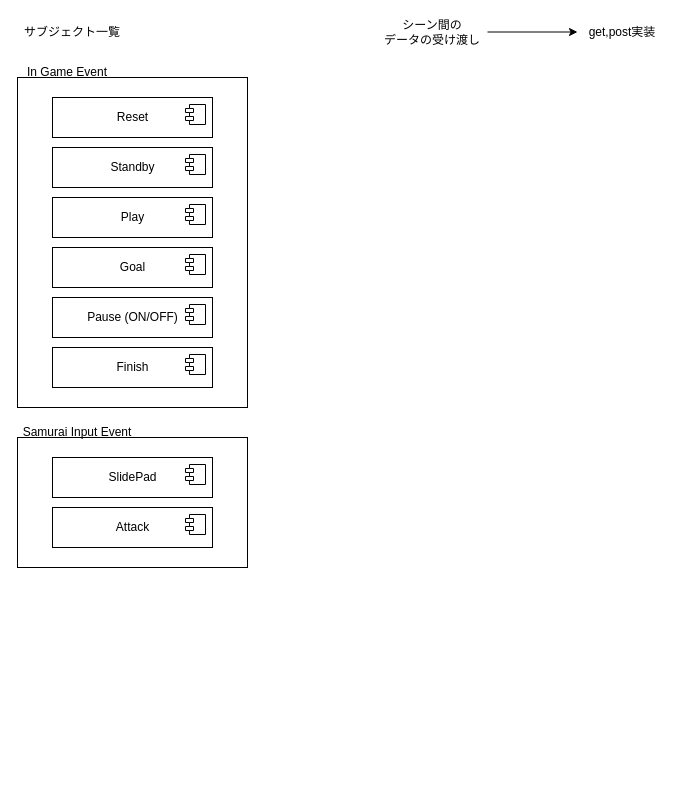
Before: page "Page-2" (2 of 2) of SamuraiSoccerStructure.drawio in watson70percent/SAMURAI-SOCCER, a draw.io diagram. Source tidied: cells renumbered, new cells numbered last; positions are measured from the earlier drawing's top-left corner, leaving out a move shared by most shapes. Both pictures are drawn from the tidied source at 100%, with x=0, y=0 at pixel (17, 17).
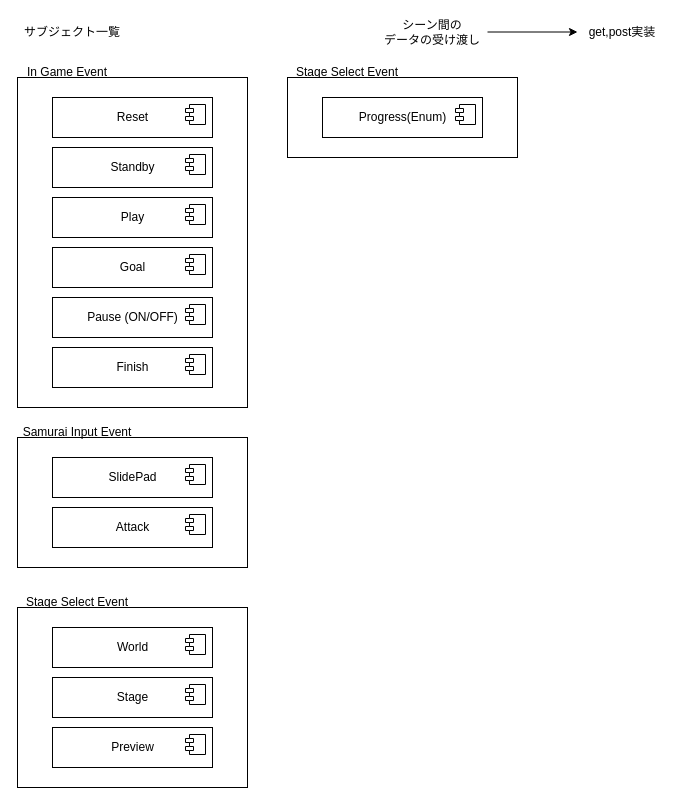
Above is the later version.

What changed in the source:
```diff
@@
+    <mxCell id="26" value="Stage Select Event" style="text;html=1;strokeColor=none;fillColor=none;align=center;verticalAlign=middle;whiteSpace=wrap;rounded=0;" parent="1" vertex="1">
+      <mxGeometry y="570" width="120" height="30" as="geometry" />
+    </mxCell>
+    <mxCell id="27" style="rounded=0;whiteSpace=wrap;html=1;" parent="1" vertex="1">
+      <mxGeometry y="590" width="230" height="180" as="geometry" />
+    </mxCell>
+    <mxCell id="28" value="World" style="html=1;" parent="1" vertex="1">
+      <mxGeometry x="35" y="610" width="160" height="40" as="geometry" />
+    </mxCell>
+    <mxCell id="29" style="shape=module;jettyWidth=8;jettyHeight=4;" parent="28" vertex="1">
+      <mxGeometry x="1" width="20" height="20" relative="1" as="geometry">
+        <mxPoint x="-27" y="7" as="offset" />
+      </mxGeometry>
+    </mxCell>
+    <mxCell id="30" value="Stage" style="html=1;" parent="1" vertex="1">
+      <mxGeometry x="35" y="660" width="160" height="40" as="geometry" />
+    </mxCell>
+    <mxCell id="31" style="shape=module;jettyWidth=8;jettyHeight=4;" parent="30" vertex="1">
+      <mxGeometry x="1" width="20" height="20" relative="1" as="geometry">
+        <mxPoint x="-27" y="7" as="offset" />
+      </mxGeometry>
+    </mxCell>
+    <mxCell id="32" value="Preview" style="html=1;" parent="1" vertex="1">
+      <mxGeometry x="35" y="710" width="160" height="40" as="geometry" />
+    </mxCell>
+    <mxCell id="33" style="shape=module;jettyWidth=8;jettyHeight=4;" parent="32" vertex="1">
+      <mxGeometry x="1" width="20" height="20" relative="1" as="geometry">
+        <mxPoint x="-27" y="7" as="offset" />
+      </mxGeometry>
+    </mxCell>
+    <mxCell id="34" value="Stage Select Event" style="text;html=1;strokeColor=none;fillColor=none;align=center;verticalAlign=middle;whiteSpace=wrap;rounded=0;" parent="1" vertex="1">
+      <mxGeometry x="270" y="40" width="120" height="30" as="geometry" />
+    </mxCell>
+    <mxCell id="35" style="rounded=0;whiteSpace=wrap;html=1;" parent="1" vertex="1">
+      <mxGeometry x="270" y="60" width="230" height="80" as="geometry" />
+    </mxCell>
+    <mxCell id="36" value="Progress(Enum)" style="html=1;" parent="1" vertex="1">
+      <mxGeometry x="305" y="80" width="160" height="40" as="geometry" />
+    </mxCell>
+    <mxCell id="37" style="shape=module;jettyWidth=8;jettyHeight=4;" parent="36" vertex="1">
+      <mxGeometry x="1" width="20" height="20" relative="1" as="geometry">
+        <mxPoint x="-27" y="7" as="offset" />
+      </mxGeometry>
+    </mxCell>
+    <mxCell id="38" style="edgeStyle=orthogonalEdgeStyle;rounded=0;orthogonalLoop=1;jettySize=auto;html=1;exitX=0.5;exitY=1;exitDx=0;exitDy=0;" parent="1" edge="1" source="35" target="35">
+      <mxGeometry relative="1" as="geometry" />
+    </mxCell>
```
